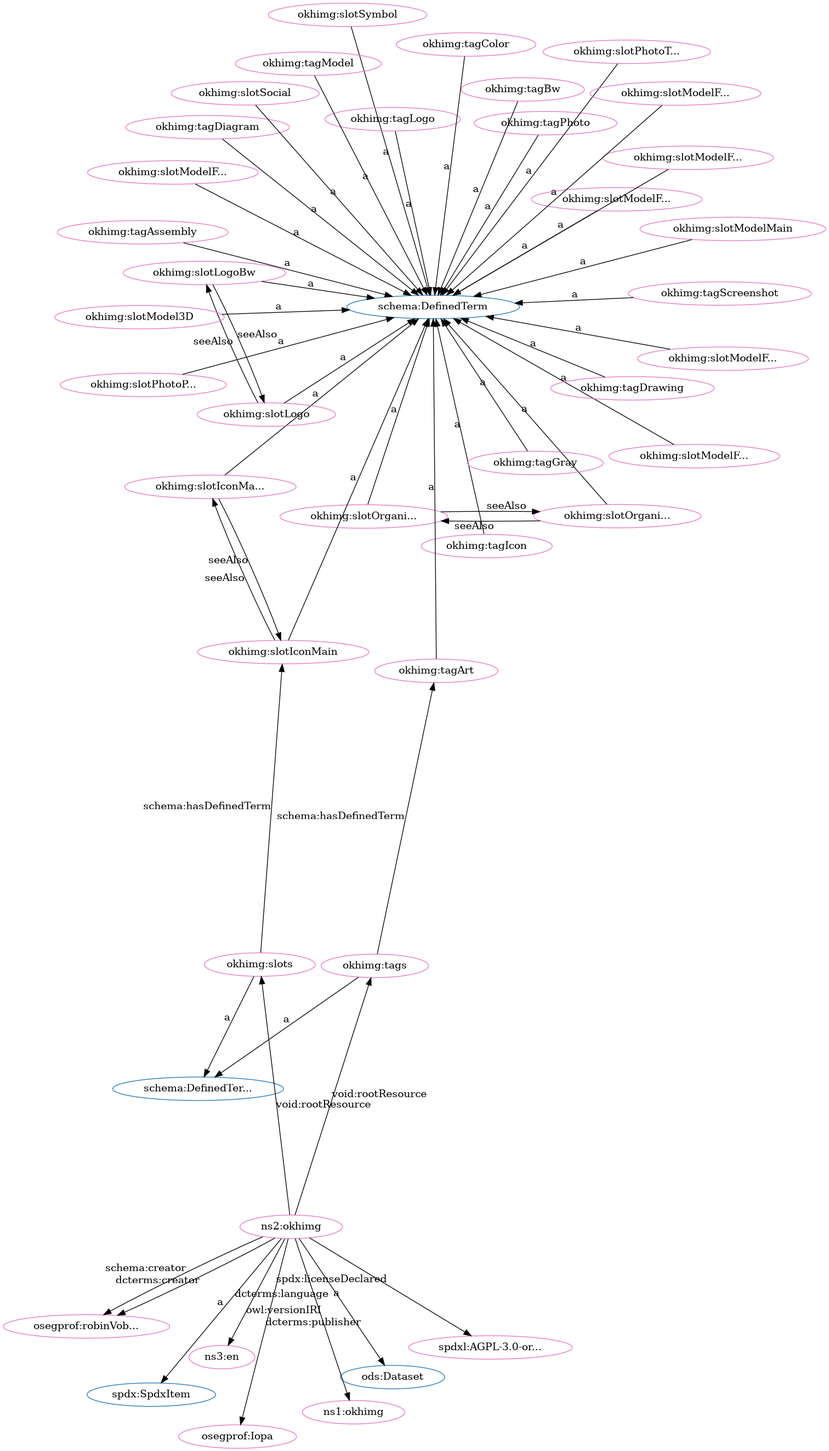
Earlier version of the Graphviz export src/spec/dot_okh-img-clean.png (iop-alliance/OpenKnowHow). Its source is kept beside it as src/spec/dot_okh-img-clean.dot.
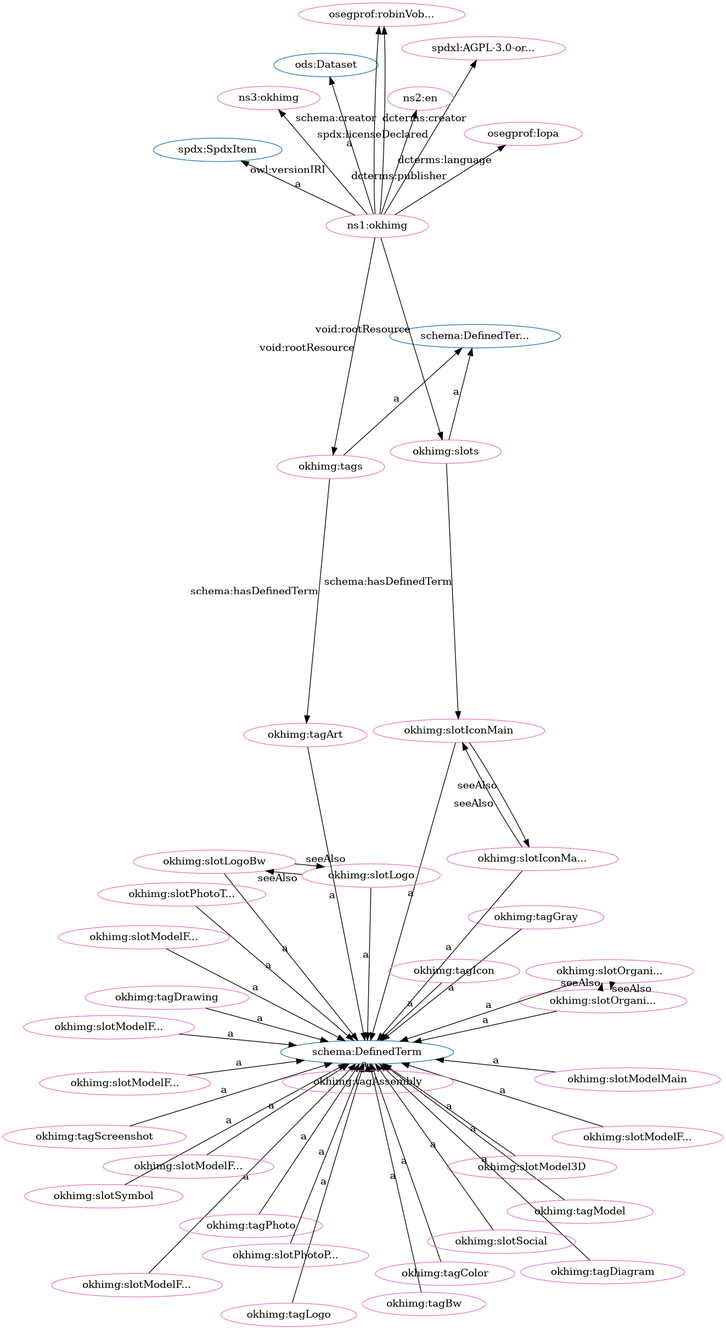
Later version of the same file.

Change to the diagram source:
```diff
@@ -2,95 +2,95 @@
   rankdir=BT
   node[height=.3]
 "http://spdx.org/rdf/terms#SpdxItem" [fillcolor="#1f77b4" color="#1f77b4" label="spdx:SpdxItem"]
+"http://w3id.org/oseg/ont/ods#Dataset" [fillcolor="#1f77b4" color="#1f77b4" label="ods:Dataset"]
+"http://schema.org/DefinedTerm" [fillcolor="#1f77b4" color="#1f77b4" label="schema:DefinedTerm"]
 "http://schema.org/DefinedTermSet" [fillcolor="#1f77b4" color="#1f77b4" label="schema:DefinedTer..."]
-"http://schema.org/DefinedTerm" [fillcolor="#1f77b4" color="#1f77b4" label="schema:DefinedTerm"]
-"http://w3id.org/oseg/ont/ods#Dataset" [fillcolor="#1f77b4" color="#1f77b4" label="ods:Dataset"]
+"http://w3id.org/oseg/ont/okhimg#tagGray" [fillcolor="#e377c2" color="#e377c2" label="okhimg:tagGray"]
+"http://w3id.org/oseg/ont/okhimg#slotModelFromLeft" [fillcolor="#e377c2" color="#e377c2" label="okhimg:slotModelF..."]
+"http://w3id.org/oseg/ont/okhimg#tagPhoto" [fillcolor="#e377c2" color="#e377c2" label="okhimg:tagPhoto"]
+"http://w3id.org/oseg/ont/okhimg#tagScreenshot" [fillcolor="#e377c2" color="#e377c2" label="okhimg:tagScreenshot"]
+"http://w3id.org/oseg/ont/okhimg#slotIconMain" [fillcolor="#e377c2" color="#e377c2" label="okhimg:slotIconMain"]
+"http://w3id.org/oseg/ont/okhimg#slotOrganizationLogoBw" [fillcolor="#e377c2" color="#e377c2" label="okhimg:slotOrgani..."]
+"http://spdx.org/licenses/AGPL-3.0-or-later" [fillcolor="#e377c2" color="#e377c2" label="spdxl:AGPL-3.0-or..."]
+"http://w3id.org/oseg/ont/okhimg#slotOrganizationLogo" [fillcolor="#e377c2" color="#e377c2" label="okhimg:slotOrgani..."]
+"http://w3id.org/oseg/ont/okhimg#tagModel" [fillcolor="#e377c2" color="#e377c2" label="okhimg:tagModel"]
+"http://w3id.org/oseg/ont/okhimg#slotIconMainBw" [fillcolor="#e377c2" color="#e377c2" label="okhimg:slotIconMa..."]
+"http://w3id.org/oseg/ont/oseg-profiles#Iopa" [fillcolor="#e377c2" color="#e377c2" label="osegprof:Iopa"]
+"http://w3id.org/oseg/ont/okhimg#slotSymbol" [fillcolor="#e377c2" color="#e377c2" label="okhimg:slotSymbol"]
+"http://w3id.org/oseg/ont/okhimg#slotLogoBw" [fillcolor="#e377c2" color="#e377c2" label="okhimg:slotLogoBw"]
+"http://w3id.org/oseg/ont/okhimg#tagLogo" [fillcolor="#e377c2" color="#e377c2" label="okhimg:tagLogo"]
+"http://w3id.org/oseg/ont/okhimg#slots" [fillcolor="#e377c2" color="#e377c2" label="okhimg:slots"]
+"http://w3id.org/oseg/ont/okhimg#slotLogo" [fillcolor="#e377c2" color="#e377c2" label="okhimg:slotLogo"]
+"http://w3id.org/oseg/ont/okhimg#slotPhotoThingMain" [fillcolor="#e377c2" color="#e377c2" label="okhimg:slotPhotoT..."]
+"http://w3id.org/oseg/ont/okhimg#tagDrawing" [fillcolor="#e377c2" color="#e377c2" label="okhimg:tagDrawing"]
 "http://w3id.org/oseg/ont/okhimg#tags" [fillcolor="#e377c2" color="#e377c2" label="okhimg:tags"]
-"http://w3id.org/oseg/ont/okhimg#tagPhoto" [fillcolor="#e377c2" color="#e377c2" label="okhimg:tagPhoto"]
+"http://w3id.org/oseg/ont/okhimg#slotModel3D" [fillcolor="#e377c2" color="#e377c2" label="okhimg:slotModel3D"]
+"http://w3id.org/oseg/ont/okhimg#slotPhotoPackaging" [fillcolor="#e377c2" color="#e377c2" label="okhimg:slotPhotoP..."]
+"http://w3id.org/oseg/ont/okhimg#slotModelFromRight" [fillcolor="#e377c2" color="#e377c2" label="okhimg:slotModelF..."]
+"http://w3id.org/oseg/ont/okhimg#tagDiagram" [fillcolor="#e377c2" color="#e377c2" label="okhimg:tagDiagram"]
+"http://w3id.org/oseg/ont/okhimg#tagArt" [fillcolor="#e377c2" color="#e377c2" label="okhimg:tagArt"]
+"http://w3id.org/oseg/ont/okhimg#tagBw" [fillcolor="#e377c2" color="#e377c2" label="okhimg:tagBw"]
+"http://w3id.org/oseg/ont/okhimg#slotModelMain" [fillcolor="#e377c2" color="#e377c2" label="okhimg:slotModelMain"]
+"http://w3id.org/oseg/ont/okhimg#slotModelFromBack" [fillcolor="#e377c2" color="#e377c2" label="okhimg:slotModelF..."]
+"http://w3id.org/oseg/ont/okhimg" [fillcolor="#e377c2" color="#e377c2" label="ns1:okhimg"]
+"http://w3id.org/oseg/ont/okhimg#tagColor" [fillcolor="#e377c2" color="#e377c2" label="okhimg:tagColor"]
+"http://id.loc.gov/vocabulary/iso639-1/en" [fillcolor="#e377c2" color="#e377c2" label="ns2:en"]
+"http://w3id.org/oseg/ont/0.1.0/okhimg" [fillcolor="#e377c2" color="#e377c2" label="ns3:okhimg"]
+"http://w3id.org/oseg/ont/okhimg#slotSocial" [fillcolor="#e377c2" color="#e377c2" label="okhimg:slotSocial"]
+"http://w3id.org/oseg/ont/okhimg#slotModelFromBelow" [fillcolor="#e377c2" color="#e377c2" label="okhimg:slotModelF..."]
+"http://w3id.org/oseg/ont/okhimg#slotModelFromAbove" [fillcolor="#e377c2" color="#e377c2" label="okhimg:slotModelF..."]
+"http://w3id.org/oseg/ont/okhimg#slotModelFromFront" [fillcolor="#e377c2" color="#e377c2" label="okhimg:slotModelF..."]
 "http://w3id.org/oseg/ont/oseg-profiles#robinVobruba" [fillcolor="#e377c2" color="#e377c2" label="osegprof:robinVob..."]
-"http://w3id.org/oseg/ont/okhimg#slotPhotoThingMain" [fillcolor="#e377c2" color="#e377c2" label="okhimg:slotPhotoT..."]
-"http://w3id.org/oseg/ont/okhimg#slotOrganizationLogo" [fillcolor="#e377c2" color="#e377c2" label="okhimg:slotOrgani..."]
-"http://w3id.org/oseg/ont/0.1.0/okhimg" [fillcolor="#e377c2" color="#e377c2" label="ns1:okhimg"]
-"http://w3id.org/oseg/ont/okhimg#slotSymbol" [fillcolor="#e377c2" color="#e377c2" label="okhimg:slotSymbol"]
-"http://w3id.org/oseg/ont/okhimg#tagLogo" [fillcolor="#e377c2" color="#e377c2" label="okhimg:tagLogo"]
-"http://w3id.org/oseg/ont/okhimg#slotModelMain" [fillcolor="#e377c2" color="#e377c2" label="okhimg:slotModelMain"]
-"http://w3id.org/oseg/ont/okhimg#tagDiagram" [fillcolor="#e377c2" color="#e377c2" label="okhimg:tagDiagram"]
-"http://w3id.org/oseg/ont/okhimg#slotModelFromAbove" [fillcolor="#e377c2" color="#e377c2" label="okhimg:slotModelF..."]
-"http://w3id.org/oseg/ont/okhimg" [fillcolor="#e377c2" color="#e377c2" label="ns2:okhimg"]
+"http://w3id.org/oseg/ont/okhimg#tagAssembly" [fillcolor="#e377c2" color="#e377c2" label="okhimg:tagAssembly"]
 "http://w3id.org/oseg/ont/okhimg#tagIcon" [fillcolor="#e377c2" color="#e377c2" label="okhimg:tagIcon"]
-"http://w3id.org/oseg/ont/okhimg#slotIconMainBw" [fillcolor="#e377c2" color="#e377c2" label="okhimg:slotIconMa..."]
-"http://w3id.org/oseg/ont/okhimg#slotModelFromBelow" [fillcolor="#e377c2" color="#e377c2" label="okhimg:slotModelF..."]
-"http://w3id.org/oseg/ont/okhimg#slots" [fillcolor="#e377c2" color="#e377c2" label="okhimg:slots"]
-"http://w3id.org/oseg/ont/okhimg#slotIconMain" [fillcolor="#e377c2" color="#e377c2" label="okhimg:slotIconMain"]
-"http://w3id.org/oseg/ont/okhimg#slotLogo" [fillcolor="#e377c2" color="#e377c2" label="okhimg:slotLogo"]
-"http://w3id.org/oseg/ont/okhimg#slotLogoBw" [fillcolor="#e377c2" color="#e377c2" label="okhimg:slotLogoBw"]
-"http://w3id.org/oseg/ont/oseg-profiles#Iopa" [fillcolor="#e377c2" color="#e377c2" label="osegprof:Iopa"]
-"http://w3id.org/oseg/ont/okhimg#tagBw" [fillcolor="#e377c2" color="#e377c2" label="okhimg:tagBw"]
-"http://w3id.org/oseg/ont/okhimg#tagColor" [fillcolor="#e377c2" color="#e377c2" label="okhimg:tagColor"]
-"http://w3id.org/oseg/ont/okhimg#slotOrganizationLogoBw" [fillcolor="#e377c2" color="#e377c2" label="okhimg:slotOrgani..."]
-"http://w3id.org/oseg/ont/okhimg#slotModelFromRight" [fillcolor="#e377c2" color="#e377c2" label="okhimg:slotModelF..."]
-"http://w3id.org/oseg/ont/okhimg#tagGray" [fillcolor="#e377c2" color="#e377c2" label="okhimg:tagGray"]
-"http://w3id.org/oseg/ont/okhimg#slotModelFromBack" [fillcolor="#e377c2" color="#e377c2" label="okhimg:slotModelF..."]
-"http://w3id.org/oseg/ont/okhimg#slotSocial" [fillcolor="#e377c2" color="#e377c2" label="okhimg:slotSocial"]
-"http://spdx.org/licenses/AGPL-3.0-or-later" [fillcolor="#e377c2" color="#e377c2" label="spdxl:AGPL-3.0-or..."]
-"http://w3id.org/oseg/ont/okhimg#slotPhotoPackaging" [fillcolor="#e377c2" color="#e377c2" label="okhimg:slotPhotoP..."]
-"http://w3id.org/oseg/ont/okhimg#tagDrawing" [fillcolor="#e377c2" color="#e377c2" label="okhimg:tagDrawing"]
-"http://w3id.org/oseg/ont/okhimg#tagScreenshot" [fillcolor="#e377c2" color="#e377c2" label="okhimg:tagScreenshot"]
-"http://w3id.org/oseg/ont/okhimg#slotModelFromFront" [fillcolor="#e377c2" color="#e377c2" label="okhimg:slotModelF..."]
-"http://w3id.org/oseg/ont/okhimg#slotModel3D" [fillcolor="#e377c2" color="#e377c2" label="okhimg:slotModel3D"]
-"http://w3id.org/oseg/ont/okhimg#tagModel" [fillcolor="#e377c2" color="#e377c2" label="okhimg:tagModel"]
-"http://w3id.org/oseg/ont/okhimg#tagArt" [fillcolor="#e377c2" color="#e377c2" label="okhimg:tagArt"]
-"http://w3id.org/oseg/ont/okhimg#slotModelFromLeft" [fillcolor="#e377c2" color="#e377c2" label="okhimg:slotModelF..."]
-"http://id.loc.gov/vocabulary/iso639-1/en" [fillcolor="#e377c2" color="#e377c2" label="ns3:en"]
-"http://w3id.org/oseg/ont/okhimg#tagAssembly" [fillcolor="#e377c2" color="#e377c2" label="okhimg:tagAssembly"]
+  "http://w3id.org/oseg/ont/okhimg#tagGray" -> "http://schema.org/DefinedTerm" [label="a"]
+  "http://w3id.org/oseg/ont/okhimg#slotModelFromLeft" -> "http://schema.org/DefinedTerm" [label="a"]
+  "http://w3id.org/oseg/ont/okhimg#tagPhoto" -> "http://schema.org/DefinedTerm" [label="a"]
+  "http://w3id.org/oseg/ont/okhimg#tagScreenshot" -> "http://schema.org/DefinedTerm" [label="a"]
+  "http://w3id.org/oseg/ont/okhimg#slotIconMain" -> "http://schema.org/DefinedTerm" [label="a"]
+  "http://w3id.org/oseg/ont/okhimg#slotOrganizationLogoBw" -> "http://schema.org/DefinedTerm" [label="a"]
+  "http://w3id.org/oseg/ont/okhimg" -> "http://spdx.org/licenses/AGPL-3.0-or-later" [label="spdx:licenseDeclared"]
+  "http://w3id.org/oseg/ont/okhimg#slotOrganizationLogoBw" -> "http://w3id.org/oseg/ont/okhimg#slotOrganizationLogo" [label="seeAlso"]
+  "http://w3id.org/oseg/ont/okhimg#tagModel" -> "http://schema.org/DefinedTerm" [label="a"]
+  "http://w3id.org/oseg/ont/okhimg#slotIconMainBw" -> "http://schema.org/DefinedTerm" [label="a"]
+  "http://w3id.org/oseg/ont/okhimg" -> "http://w3id.org/oseg/ont/oseg-profiles#Iopa" [label="dcterms:publisher"]
+  "http://w3id.org/oseg/ont/okhimg#slotSymbol" -> "http://schema.org/DefinedTerm" [label="a"]
+  "http://w3id.org/oseg/ont/okhimg#slotLogoBw" -> "http://schema.org/DefinedTerm" [label="a"]
+  "http://w3id.org/oseg/ont/okhimg#slotIconMainBw" -> "http://w3id.org/oseg/ont/okhimg#slotIconMain" [label="seeAlso"]
+  "http://w3id.org/oseg/ont/okhimg#tagLogo" -> "http://schema.org/DefinedTerm" [label="a"]
+  "http://w3id.org/oseg/ont/okhimg" -> "http://w3id.org/oseg/ont/okhimg#slots" [label="void:rootResource"]
+  "http://w3id.org/oseg/ont/okhimg#slotLogo" -> "http://schema.org/DefinedTerm" [label="a"]
+  "http://w3id.org/oseg/ont/okhimg#slotPhotoThingMain" -> "http://schema.org/DefinedTerm" [label="a"]
+  "http://w3id.org/oseg/ont/okhimg#tagDrawing" -> "http://schema.org/DefinedTerm" [label="a"]
+  "http://w3id.org/oseg/ont/okhimg#slotIconMain" -> "http://w3id.org/oseg/ont/okhimg#slotIconMainBw" [label="seeAlso"]
+  "http://w3id.org/oseg/ont/okhimg#tags" -> "http://schema.org/DefinedTermSet" [label="a"]
+  "http://w3id.org/oseg/ont/okhimg#slotModel3D" -> "http://schema.org/DefinedTerm" [label="a"]
+  "http://w3id.org/oseg/ont/okhimg#slotPhotoPackaging" -> "http://schema.org/DefinedTerm" [label="a"]
+  "http://w3id.org/oseg/ont/okhimg#slots" -> "http://schema.org/DefinedTermSet" [label="a"]
+  "http://w3id.org/oseg/ont/okhimg#slotModelFromRight" -> "http://schema.org/DefinedTerm" [label="a"]
+  "http://w3id.org/oseg/ont/okhimg#tagDiagram" -> "http://schema.org/DefinedTerm" [label="a"]
+  "http://w3id.org/oseg/ont/okhimg#slotOrganizationLogo" -> "http://w3id.org/oseg/ont/okhimg#slotOrganizationLogoBw" [label="seeAlso"]
+  "http://w3id.org/oseg/ont/okhimg#slotLogoBw" -> "http://w3id.org/oseg/ont/okhimg#slotLogo" [label="seeAlso"]
+  "http://w3id.org/oseg/ont/okhimg#tags" -> "http://w3id.org/oseg/ont/okhimg#tagArt" [label="schema:hasDefinedTerm"]
+  "http://w3id.org/oseg/ont/okhimg#tagBw" -> "http://schema.org/DefinedTerm" [label="a"]
   "http://w3id.org/oseg/ont/okhimg" -> "http://w3id.org/oseg/ont/okhimg#tags" [label="void:rootResource"]
-  "http://w3id.org/oseg/ont/okhimg#tagPhoto" -> "http://schema.org/DefinedTerm" [label="a"]
-  "http://w3id.org/oseg/ont/okhimg" -> "http://w3id.org/oseg/ont/oseg-profiles#robinVobruba" [label="dcterms:creator"]
-  "http://w3id.org/oseg/ont/okhimg#slotPhotoThingMain" -> "http://schema.org/DefinedTerm" [label="a"]
-  "http://w3id.org/oseg/ont/okhimg#slotOrganizationLogoBw" -> "http://w3id.org/oseg/ont/okhimg#slotOrganizationLogo" [label="seeAlso"]
-  "http://w3id.org/oseg/ont/okhimg#slotSymbol" -> "http://schema.org/DefinedTerm" [label="a"]
+  "http://w3id.org/oseg/ont/okhimg#slotModelMain" -> "http://schema.org/DefinedTerm" [label="a"]
+  "http://w3id.org/oseg/ont/okhimg#slotModelFromBack" -> "http://schema.org/DefinedTerm" [label="a"]
+  "http://w3id.org/oseg/ont/okhimg" -> "http://w3id.org/oseg/ont/ods#Dataset" [label="a"]
+  "http://w3id.org/oseg/ont/okhimg#tagColor" -> "http://schema.org/DefinedTerm" [label="a"]
+  "http://w3id.org/oseg/ont/okhimg" -> "http://id.loc.gov/vocabulary/iso639-1/en" [label="dcterms:language"]
   "http://w3id.org/oseg/ont/okhimg" -> "http://w3id.org/oseg/ont/0.1.0/okhimg" [label="owl:versionIRI"]
-  "http://w3id.org/oseg/ont/okhimg#tagLogo" -> "http://schema.org/DefinedTerm" [label="a"]
-  "http://w3id.org/oseg/ont/okhimg#slotModelMain" -> "http://schema.org/DefinedTerm" [label="a"]
-  "http://w3id.org/oseg/ont/okhimg#tagDiagram" -> "http://schema.org/DefinedTerm" [label="a"]
+  "http://w3id.org/oseg/ont/okhimg#slotSocial" -> "http://schema.org/DefinedTerm" [label="a"]
+  "http://w3id.org/oseg/ont/okhimg#slotModelFromBelow" -> "http://schema.org/DefinedTerm" [label="a"]
+  "http://w3id.org/oseg/ont/okhimg#slotOrganizationLogo" -> "http://schema.org/DefinedTerm" [label="a"]
   "http://w3id.org/oseg/ont/okhimg#slotModelFromAbove" -> "http://schema.org/DefinedTerm" [label="a"]
   "http://w3id.org/oseg/ont/okhimg" -> "http://spdx.org/rdf/terms#SpdxItem" [label="a"]
-  "http://w3id.org/oseg/ont/okhimg#tagIcon" -> "http://schema.org/DefinedTerm" [label="a"]
-  "http://w3id.org/oseg/ont/okhimg#slotIconMainBw" -> "http://schema.org/DefinedTerm" [label="a"]
-  "http://w3id.org/oseg/ont/okhimg#slotModelFromBelow" -> "http://schema.org/DefinedTerm" [label="a"]
-  "http://w3id.org/oseg/ont/okhimg" -> "http://w3id.org/oseg/ont/okhimg#slots" [label="void:rootResource"]
-  "http://w3id.org/oseg/ont/okhimg#slotIconMainBw" -> "http://w3id.org/oseg/ont/okhimg#slotIconMain" [label="seeAlso"]
-  "http://w3id.org/oseg/ont/okhimg#slotIconMain" -> "http://schema.org/DefinedTerm" [label="a"]
-  "http://w3id.org/oseg/ont/okhimg#slotOrganizationLogo" -> "http://schema.org/DefinedTerm" [label="a"]
-  "http://w3id.org/oseg/ont/okhimg#tags" -> "http://schema.org/DefinedTermSet" [label="a"]
-  "http://w3id.org/oseg/ont/okhimg" -> "http://w3id.org/oseg/ont/ods#Dataset" [label="a"]
-  "http://w3id.org/oseg/ont/okhimg#slotLogoBw" -> "http://w3id.org/oseg/ont/okhimg#slotLogo" [label="seeAlso"]
-  "http://w3id.org/oseg/ont/okhimg#slotLogoBw" -> "http://schema.org/DefinedTerm" [label="a"]
-  "http://w3id.org/oseg/ont/okhimg" -> "http://w3id.org/oseg/ont/oseg-profiles#Iopa" [label="dcterms:publisher"]
-  "http://w3id.org/oseg/ont/okhimg#tagBw" -> "http://schema.org/DefinedTerm" [label="a"]
-  "http://w3id.org/oseg/ont/okhimg#tagColor" -> "http://schema.org/DefinedTerm" [label="a"]
-  "http://w3id.org/oseg/ont/okhimg" -> "http://w3id.org/oseg/ont/oseg-profiles#robinVobruba" [label="schema:creator"]
-  "http://w3id.org/oseg/ont/okhimg#slotOrganizationLogoBw" -> "http://schema.org/DefinedTerm" [label="a"]
-  "http://w3id.org/oseg/ont/okhimg#slotLogo" -> "http://schema.org/DefinedTerm" [label="a"]
-  "http://w3id.org/oseg/ont/okhimg#slotModelFromRight" -> "http://schema.org/DefinedTerm" [label="a"]
-  "http://w3id.org/oseg/ont/okhimg#tagGray" -> "http://schema.org/DefinedTerm" [label="a"]
-  "http://w3id.org/oseg/ont/okhimg#slotModelFromBack" -> "http://schema.org/DefinedTerm" [label="a"]
-  "http://w3id.org/oseg/ont/okhimg#slotSocial" -> "http://schema.org/DefinedTerm" [label="a"]
-  "http://w3id.org/oseg/ont/okhimg" -> "http://spdx.org/licenses/AGPL-3.0-or-later" [label="spdx:licenseDeclared"]
-  "http://w3id.org/oseg/ont/okhimg#slotPhotoPackaging" -> "http://schema.org/DefinedTerm" [label="a"]
-  "http://w3id.org/oseg/ont/okhimg#tagDrawing" -> "http://schema.org/DefinedTerm" [label="a"]
-  "http://w3id.org/oseg/ont/okhimg#slotOrganizationLogo" -> "http://w3id.org/oseg/ont/okhimg#slotOrganizationLogoBw" [label="seeAlso"]
-  "http://w3id.org/oseg/ont/okhimg#tagScreenshot" -> "http://schema.org/DefinedTerm" [label="a"]
+  "http://w3id.org/oseg/ont/okhimg#tagArt" -> "http://schema.org/DefinedTerm" [label="a"]
   "http://w3id.org/oseg/ont/okhimg#slotModelFromFront" -> "http://schema.org/DefinedTerm" [label="a"]
   "http://w3id.org/oseg/ont/okhimg#slotLogo" -> "http://w3id.org/oseg/ont/okhimg#slotLogoBw" [label="seeAlso"]
-  "http://w3id.org/oseg/ont/okhimg#slotModel3D" -> "http://schema.org/DefinedTerm" [label="a"]
-  "http://w3id.org/oseg/ont/okhimg#tagModel" -> "http://schema.org/DefinedTerm" [label="a"]
-  "http://w3id.org/oseg/ont/okhimg#slots" -> "http://schema.org/DefinedTermSet" [label="a"]
-  "http://w3id.org/oseg/ont/okhimg#tagArt" -> "http://schema.org/DefinedTerm" [label="a"]
-  "http://w3id.org/oseg/ont/okhimg#slotModelFromLeft" -> "http://schema.org/DefinedTerm" [label="a"]
-  "http://w3id.org/oseg/ont/okhimg" -> "http://id.loc.gov/vocabulary/iso639-1/en" [label="dcterms:language"]
-  "http://w3id.org/oseg/ont/okhimg#slotIconMain" -> "http://w3id.org/oseg/ont/okhimg#slotIconMainBw" [label="seeAlso"]
+  "http://w3id.org/oseg/ont/okhimg" -> "http://w3id.org/oseg/ont/oseg-profiles#robinVobruba" [label="schema:creator"]
+  "http://w3id.org/oseg/ont/okhimg#tagAssembly" -> "http://schema.org/DefinedTerm" [label="a"]
+  "http://w3id.org/oseg/ont/okhimg#tagIcon" -> "http://schema.org/DefinedTerm" [label="a"]
   "http://w3id.org/oseg/ont/okhimg#slots" -> "http://w3id.org/oseg/ont/okhimg#slotIconMain" [label="schema:hasDefinedTerm"]
-  "http://w3id.org/oseg/ont/okhimg#tags" -> "http://w3id.org/oseg/ont/okhimg#tagArt" [label="schema:hasDefinedTerm"]
-  "http://w3id.org/oseg/ont/okhimg#tagAssembly" -> "http://schema.org/DefinedTerm" [label="a"]
+  "http://w3id.org/oseg/ont/okhimg" -> "http://w3id.org/oseg/ont/oseg-profiles#robinVobruba" [label="dcterms:creator"]
 }
```
